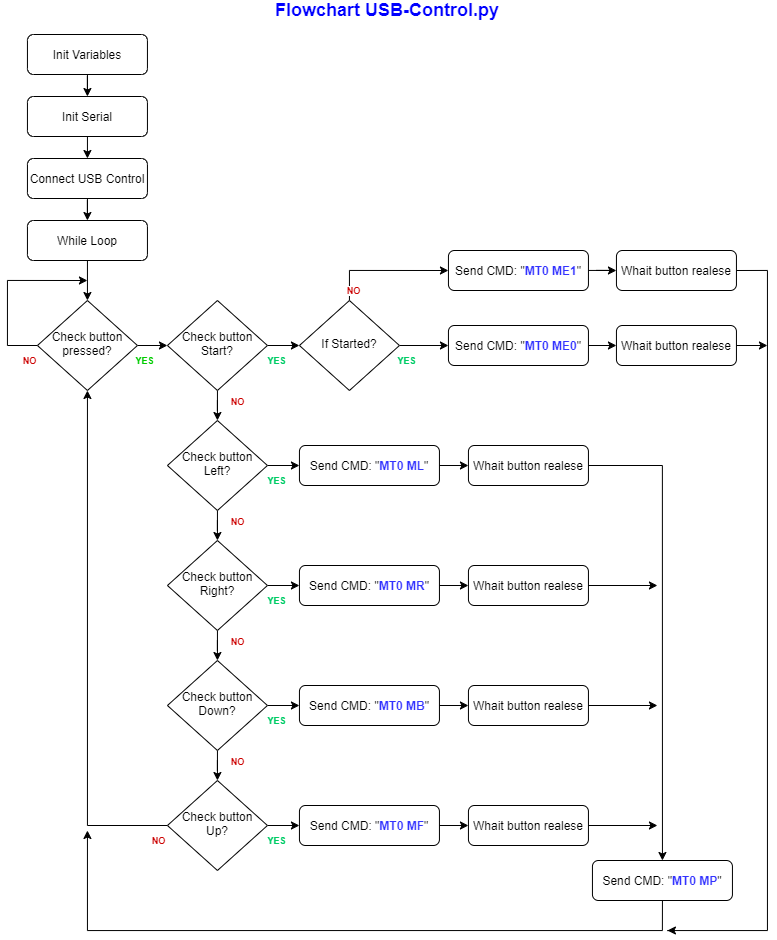
SolisTecnologia/RoboSolis-Control-USB keeps this draw.io diagram as png/Flowchart_USB_Control.png. Above is the earlier version. Source tidied: cells renumbered, new cells last; positions are measured from the earlier drawing's top-left corner, leaving out a move shared by most shapes. Source of this version:
```xml
<mxGraphModel background="#ffffff">
  <root>
    <mxCell id="0" />
    <mxCell id="1" parent="0" />
    <mxCell id="2" style="edgeStyle=orthogonalEdgeStyle;rounded=0;jettySize=auto;html=1;exitX=0.5;exitY=1;exitDx=0;exitDy=0;entryX=0.5;entryY=0;entryDx=0;entryDy=0;" parent="1" edge="1" source="3" target="5">
      <mxGeometry relative="1" as="geometry" />
    </mxCell>
    <mxCell id="3" value="Init Serial" style="rounded=1;whiteSpace=wrap;html=1;fontSize=12;glass=0;strokeWidth=1;shadow=0;" parent="1" vertex="1">
      <mxGeometry x="19.9" y="96" width="120" height="40" as="geometry" />
    </mxCell>
    <mxCell id="4" style="edgeStyle=orthogonalEdgeStyle;rounded=0;jettySize=auto;html=1;" parent="1" edge="1" source="5" target="7">
      <mxGeometry relative="1" as="geometry" />
    </mxCell>
    <mxCell id="5" value="Connect USB Control" style="rounded=1;whiteSpace=wrap;html=1;fontSize=12;glass=0;strokeWidth=1;shadow=0;" parent="1" vertex="1">
      <mxGeometry x="19.9" y="158" width="120" height="40" as="geometry" />
    </mxCell>
    <mxCell id="6" style="edgeStyle=orthogonalEdgeStyle;rounded=0;jettySize=auto;html=1;entryX=0.5;entryY=0;entryDx=0;entryDy=0;" parent="1" edge="1" source="7" target="10">
      <mxGeometry relative="1" as="geometry" />
    </mxCell>
    <mxCell id="7" value="While Loop" style="rounded=1;whiteSpace=wrap;html=1;fontSize=12;glass=0;strokeWidth=1;shadow=0;" parent="1" vertex="1">
      <mxGeometry x="19.9" y="220" width="120" height="40" as="geometry" />
    </mxCell>
    <mxCell id="8" value="NO" style="edgeStyle=orthogonalEdgeStyle;rounded=0;jettySize=auto;html=1;fontSize=9;fontStyle=1;fontColor=#CC0000;" parent="1" edge="1" source="10">
      <mxGeometry x="-0.91" y="15" relative="1" as="geometry">
        <mxPoint x="79.9" y="280" as="targetPoint" />
        <Array as="points">
          <mxPoint x="-0.1" y="345" />
          <mxPoint x="-0.1" y="280" />
        </Array>
      </mxGeometry>
    </mxCell>
    <mxCell id="9" value="YES" style="edgeStyle=orthogonalEdgeStyle;rounded=0;jettySize=auto;html=1;entryX=0;entryY=0.5;entryDx=0;entryDy=0;fontSize=9;fontStyle=1;fontColor=#00CC00;" parent="1" edge="1" source="10" target="13">
      <mxGeometry x="-0.71" y="-15" relative="1" as="geometry" />
    </mxCell>
    <mxCell id="10" value="Check button&lt;br&gt;pressed?" style="rhombus;whiteSpace=wrap;html=1;shadow=0;fontFamily=Helvetica;fontSize=12;align=center;strokeWidth=1;spacing=6;spacingTop=-4;" parent="1" vertex="1">
      <mxGeometry x="29.9" y="300" width="100" height="90" as="geometry" />
    </mxCell>
    <mxCell id="11" value="YES" style="edgeStyle=orthogonalEdgeStyle;rounded=0;jettySize=auto;html=1;entryX=0;entryY=0.5;entryDx=0;entryDy=0;fontColor=#00CC66;fontSize=9;fontStyle=1;" parent="1" edge="1" source="13" target="46">
      <mxGeometry x="-0.6" y="-15" relative="1" as="geometry" />
    </mxCell>
    <mxCell id="12" value="NO" style="edgeStyle=orthogonalEdgeStyle;rounded=0;jettySize=auto;html=1;entryX=0.5;entryY=0;entryDx=0;entryDy=0;fontColor=#CC0000;fontSize=9;fontStyle=1;" parent="1" edge="1" source="13" target="16">
      <mxGeometry x="0.2" y="20" relative="1" as="geometry" />
    </mxCell>
    <mxCell id="13" value="Check button&lt;br&gt;Start?" style="rhombus;whiteSpace=wrap;html=1;shadow=0;fontFamily=Helvetica;fontSize=12;align=center;strokeWidth=1;spacing=6;spacingTop=-4;" parent="1" vertex="1">
      <mxGeometry x="159.9" y="300" width="100" height="90" as="geometry" />
    </mxCell>
    <mxCell id="14" value="NO" style="edgeStyle=orthogonalEdgeStyle;rounded=0;jettySize=auto;html=1;entryX=0.5;entryY=0;entryDx=0;entryDy=0;fontColor=#CC0000;fontSize=9;fontStyle=1;" parent="1" edge="1" source="16" target="19">
      <mxGeometry x="0.2" y="20" relative="1" as="geometry" />
    </mxCell>
    <mxCell id="15" value="YES" style="edgeStyle=orthogonalEdgeStyle;rounded=0;jettySize=auto;html=1;entryX=0;entryY=0.5;entryDx=0;entryDy=0;fontColor=#00CC66;fontSize=9;fontStyle=1;" parent="1" edge="1" source="16" target="27">
      <mxGeometry x="-0.6" y="-15" relative="1" as="geometry" />
    </mxCell>
    <mxCell id="16" value="Check button&lt;br&gt;Left?" style="rhombus;whiteSpace=wrap;html=1;shadow=0;fontFamily=Helvetica;fontSize=12;align=center;strokeWidth=1;spacing=6;spacingTop=-4;" parent="1" vertex="1">
      <mxGeometry x="159.9" y="420" width="100" height="90" as="geometry" />
    </mxCell>
    <mxCell id="17" value="NO" style="edgeStyle=orthogonalEdgeStyle;rounded=0;jettySize=auto;html=1;entryX=0.5;entryY=0;entryDx=0;entryDy=0;fontColor=#CC0000;fontSize=9;fontStyle=1;" parent="1" edge="1" source="19" target="22">
      <mxGeometry x="0.2" y="20" relative="1" as="geometry" />
    </mxCell>
    <mxCell id="18" value="YES" style="edgeStyle=orthogonalEdgeStyle;rounded=0;jettySize=auto;html=1;entryX=0;entryY=0.5;entryDx=0;entryDy=0;fontColor=#00CC66;fontSize=9;fontStyle=1;" parent="1" edge="1" source="19" target="33">
      <mxGeometry x="-0.6" y="-15" relative="1" as="geometry" />
    </mxCell>
    <mxCell id="19" value="Check button&lt;br&gt;Right?" style="rhombus;whiteSpace=wrap;html=1;shadow=0;fontFamily=Helvetica;fontSize=12;align=center;strokeWidth=1;spacing=6;spacingTop=-4;" parent="1" vertex="1">
      <mxGeometry x="159.9" y="540" width="100" height="90" as="geometry" />
    </mxCell>
    <mxCell id="20" value="NO" style="edgeStyle=orthogonalEdgeStyle;rounded=0;jettySize=auto;html=1;entryX=0.5;entryY=0;entryDx=0;entryDy=0;fontColor=#CC0000;fontSize=9;fontStyle=1;" parent="1" edge="1" source="22" target="25">
      <mxGeometry x="0.2" y="20" relative="1" as="geometry" />
    </mxCell>
    <mxCell id="21" value="YES" style="edgeStyle=orthogonalEdgeStyle;rounded=0;jettySize=auto;html=1;entryX=0;entryY=0.5;entryDx=0;entryDy=0;fontColor=#00CC66;fontSize=9;fontStyle=1;" parent="1" edge="1" source="22" target="37">
      <mxGeometry x="-0.6" y="-15" relative="1" as="geometry" />
    </mxCell>
    <mxCell id="22" value="Check button&lt;br&gt;Down?" style="rhombus;whiteSpace=wrap;html=1;shadow=0;fontFamily=Helvetica;fontSize=12;align=center;strokeWidth=1;spacing=6;spacingTop=-4;" parent="1" vertex="1">
      <mxGeometry x="159.9" y="660" width="100" height="90" as="geometry" />
    </mxCell>
    <mxCell id="23" value="YES" style="edgeStyle=orthogonalEdgeStyle;rounded=0;jettySize=auto;html=1;entryX=0;entryY=0.5;entryDx=0;entryDy=0;fontColor=#00CC66;fontSize=9;fontStyle=1;" parent="1" edge="1" source="25" target="41">
      <mxGeometry x="-0.6" y="-15" relative="1" as="geometry" />
    </mxCell>
    <mxCell id="24" value="NO" style="edgeStyle=orthogonalEdgeStyle;rounded=0;jettySize=auto;html=1;entryX=0.5;entryY=1;entryDx=0;entryDy=0;fontColor=#CC0000;fontSize=9;fontStyle=1;" parent="1" edge="1" source="25" target="10">
      <mxGeometry x="-0.96" y="15" relative="1" as="geometry" />
    </mxCell>
    <mxCell id="25" value="Check button&lt;br&gt;Up?" style="rhombus;whiteSpace=wrap;html=1;shadow=0;fontFamily=Helvetica;fontSize=12;align=center;strokeWidth=1;spacing=6;spacingTop=-4;" parent="1" vertex="1">
      <mxGeometry x="159.9" y="780" width="100" height="90" as="geometry" />
    </mxCell>
    <mxCell id="26" style="edgeStyle=orthogonalEdgeStyle;rounded=0;jettySize=auto;html=1;entryX=0;entryY=0.5;entryDx=0;entryDy=0;fontSize=9;fontColor=#CC0000;" parent="1" edge="1" source="27" target="29">
      <mxGeometry relative="1" as="geometry" />
    </mxCell>
    <mxCell id="27" value="Send CMD:&amp;nbsp;&lt;span style=&quot;box-sizing: border-box&quot;&gt;&lt;span style=&quot;box-sizing: border-box&quot;&gt;&quot;&lt;font color=&quot;#3333ff&quot;&gt;&lt;b&gt;MT0 ML&lt;/b&gt;&lt;/font&gt;&quot;&lt;/span&gt;&lt;/span&gt;" style="rounded=1;whiteSpace=wrap;html=1;fontSize=12;glass=0;strokeWidth=1;shadow=0;" parent="1" vertex="1">
      <mxGeometry x="291.9" y="445" width="140" height="40" as="geometry" />
    </mxCell>
    <mxCell id="28" style="edgeStyle=orthogonalEdgeStyle;rounded=0;jettySize=auto;html=1;fontSize=9;fontColor=#CC0000;entryX=0.5;entryY=0;entryDx=0;entryDy=0;" parent="1" edge="1" source="29" target="31">
      <mxGeometry relative="1" as="geometry" />
    </mxCell>
    <mxCell id="29" value="Whait button realese" style="rounded=1;whiteSpace=wrap;html=1;fontSize=12;glass=0;strokeWidth=1;shadow=0;" parent="1" vertex="1">
      <mxGeometry x="460.9" y="445" width="120" height="40" as="geometry" />
    </mxCell>
    <mxCell id="30" style="edgeStyle=orthogonalEdgeStyle;rounded=0;jettySize=auto;html=1;fontSize=9;fontColor=#CC0000;exitX=0.5;exitY=1;exitDx=0;exitDy=0;" parent="1" edge="1" source="31">
      <mxGeometry relative="1" as="geometry">
        <mxPoint x="79.9" y="830" as="targetPoint" />
        <Array as="points">
          <mxPoint x="654.9" y="930" />
          <mxPoint x="79.9" y="930" />
        </Array>
      </mxGeometry>
    </mxCell>
    <mxCell id="31" value="Send CMD:&amp;nbsp;&lt;span style=&quot;box-sizing: border-box&quot;&gt;&lt;span style=&quot;box-sizing: border-box&quot;&gt;&quot;&lt;font color=&quot;#3333ff&quot;&gt;&lt;b&gt;MT0 MP&lt;/b&gt;&lt;/font&gt;&quot;&lt;/span&gt;&lt;/span&gt;" style="rounded=1;whiteSpace=wrap;html=1;fontSize=12;glass=0;strokeWidth=1;shadow=0;" parent="1" vertex="1">
      <mxGeometry x="584.9" y="860" width="140" height="40" as="geometry" />
    </mxCell>
    <mxCell id="32" style="edgeStyle=orthogonalEdgeStyle;rounded=0;jettySize=auto;html=1;entryX=0;entryY=0.5;entryDx=0;entryDy=0;fontSize=9;fontColor=#CC0000;" parent="1" edge="1" source="33" target="35">
      <mxGeometry relative="1" as="geometry" />
    </mxCell>
    <mxCell id="33" value="Send CMD:&amp;nbsp;&lt;span style=&quot;box-sizing: border-box&quot;&gt;&lt;span style=&quot;box-sizing: border-box&quot;&gt;&quot;&lt;font color=&quot;#3333ff&quot;&gt;&lt;b&gt;MT0 MR&lt;/b&gt;&lt;/font&gt;&quot;&lt;/span&gt;&lt;/span&gt;" style="rounded=1;whiteSpace=wrap;html=1;fontSize=12;glass=0;strokeWidth=1;shadow=0;" parent="1" vertex="1">
      <mxGeometry x="291.9" y="565" width="140" height="40" as="geometry" />
    </mxCell>
    <mxCell id="34" style="edgeStyle=orthogonalEdgeStyle;rounded=0;jettySize=auto;html=1;fontSize=9;fontColor=#CC0000;" parent="1" edge="1" source="35">
      <mxGeometry relative="1" as="geometry">
        <mxPoint x="649.9" y="585" as="targetPoint" />
      </mxGeometry>
    </mxCell>
    <mxCell id="35" value="Whait button realese" style="rounded=1;whiteSpace=wrap;html=1;fontSize=12;glass=0;strokeWidth=1;shadow=0;" parent="1" vertex="1">
      <mxGeometry x="460.9" y="565" width="120" height="40" as="geometry" />
    </mxCell>
    <mxCell id="36" style="edgeStyle=orthogonalEdgeStyle;rounded=0;jettySize=auto;html=1;entryX=0;entryY=0.5;entryDx=0;entryDy=0;fontSize=9;fontColor=#CC0000;" parent="1" edge="1" source="37" target="39">
      <mxGeometry relative="1" as="geometry" />
    </mxCell>
    <mxCell id="37" value="Send CMD:&amp;nbsp;&lt;span style=&quot;box-sizing: border-box&quot;&gt;&lt;span style=&quot;box-sizing: border-box&quot;&gt;&quot;&lt;font color=&quot;#3333ff&quot;&gt;&lt;b&gt;MT0 MB&lt;/b&gt;&lt;/font&gt;&quot;&lt;/span&gt;&lt;/span&gt;" style="rounded=1;whiteSpace=wrap;html=1;fontSize=12;glass=0;strokeWidth=1;shadow=0;" parent="1" vertex="1">
      <mxGeometry x="291.9" y="685" width="140" height="40" as="geometry" />
    </mxCell>
    <mxCell id="38" style="edgeStyle=orthogonalEdgeStyle;rounded=0;jettySize=auto;html=1;fontSize=9;fontColor=#CC0000;" parent="1" edge="1" source="39">
      <mxGeometry relative="1" as="geometry">
        <mxPoint x="649.9" y="705" as="targetPoint" />
      </mxGeometry>
    </mxCell>
    <mxCell id="39" value="Whait button realese" style="rounded=1;whiteSpace=wrap;html=1;fontSize=12;glass=0;strokeWidth=1;shadow=0;" parent="1" vertex="1">
      <mxGeometry x="460.9" y="685" width="120" height="40" as="geometry" />
    </mxCell>
    <mxCell id="40" style="edgeStyle=orthogonalEdgeStyle;rounded=0;jettySize=auto;html=1;entryX=0;entryY=0.5;entryDx=0;entryDy=0;fontSize=9;fontColor=#CC0000;" parent="1" edge="1" source="41" target="43">
      <mxGeometry relative="1" as="geometry" />
    </mxCell>
    <mxCell id="41" value="Send CMD:&amp;nbsp;&lt;span style=&quot;box-sizing: border-box&quot;&gt;&lt;span style=&quot;box-sizing: border-box&quot;&gt;&quot;&lt;font color=&quot;#3333ff&quot;&gt;&lt;b&gt;MT0 MF&lt;/b&gt;&lt;/font&gt;&quot;&lt;/span&gt;&lt;/span&gt;" style="rounded=1;whiteSpace=wrap;html=1;fontSize=12;glass=0;strokeWidth=1;shadow=0;" parent="1" vertex="1">
      <mxGeometry x="291.9" y="805" width="140" height="40" as="geometry" />
    </mxCell>
    <mxCell id="42" style="edgeStyle=orthogonalEdgeStyle;rounded=0;jettySize=auto;html=1;fontSize=9;fontColor=#CC0000;" parent="1" edge="1" source="43">
      <mxGeometry relative="1" as="geometry">
        <mxPoint x="649.9" y="825" as="targetPoint" />
      </mxGeometry>
    </mxCell>
    <mxCell id="43" value="Whait button realese" style="rounded=1;whiteSpace=wrap;html=1;fontSize=12;glass=0;strokeWidth=1;shadow=0;" parent="1" vertex="1">
      <mxGeometry x="460.9" y="805" width="120" height="40" as="geometry" />
    </mxCell>
    <mxCell id="44" value="YES" style="edgeStyle=orthogonalEdgeStyle;rounded=0;jettySize=auto;html=1;entryX=0;entryY=0.5;entryDx=0;entryDy=0;fontSize=9;fontColor=#00CC66;fontStyle=1;" parent="1" edge="1" source="46" target="50">
      <mxGeometry x="-0.71" y="-15" relative="1" as="geometry" />
    </mxCell>
    <mxCell id="45" value="NO" style="edgeStyle=orthogonalEdgeStyle;rounded=0;jettySize=auto;html=1;fontSize=9;entryX=0;entryY=0.5;entryDx=0;entryDy=0;fontColor=#CC0000;fontStyle=1;" parent="1" edge="1" source="46" target="48">
      <mxGeometry x="-0.47" y="-20" relative="1" as="geometry">
        <Array as="points">
          <mxPoint x="341.9" y="270" />
        </Array>
      </mxGeometry>
    </mxCell>
    <mxCell id="46" value="If Started?" style="rhombus;whiteSpace=wrap;html=1;shadow=0;fontFamily=Helvetica;fontSize=12;align=center;strokeWidth=1;spacing=6;spacingTop=-4;" parent="1" vertex="1">
      <mxGeometry x="291.9" y="300" width="100" height="90" as="geometry" />
    </mxCell>
    <mxCell id="47" style="edgeStyle=orthogonalEdgeStyle;rounded=0;jettySize=auto;html=1;entryX=0;entryY=0.5;entryDx=0;entryDy=0;fontSize=9;fontColor=#CC0000;" parent="1" edge="1" source="48" target="52">
      <mxGeometry relative="1" as="geometry" />
    </mxCell>
    <mxCell id="48" value="Send CMD:&amp;nbsp;&lt;span style=&quot;box-sizing: border-box&quot;&gt;&lt;span style=&quot;box-sizing: border-box&quot;&gt;&quot;&lt;font color=&quot;#3333ff&quot;&gt;&lt;b&gt;MT0 ME1&lt;/b&gt;&lt;/font&gt;&quot;&lt;/span&gt;&lt;/span&gt;" style="rounded=1;whiteSpace=wrap;html=1;fontSize=12;glass=0;strokeWidth=1;shadow=0;" parent="1" vertex="1">
      <mxGeometry x="440.9" y="250" width="140" height="40" as="geometry" />
    </mxCell>
    <mxCell id="49" style="edgeStyle=orthogonalEdgeStyle;rounded=0;jettySize=auto;html=1;entryX=0;entryY=0.5;entryDx=0;entryDy=0;fontSize=9;fontColor=#CC0000;" parent="1" edge="1" source="50" target="54">
      <mxGeometry relative="1" as="geometry" />
    </mxCell>
    <mxCell id="50" value="Send CMD:&amp;nbsp;&lt;span style=&quot;box-sizing: border-box&quot;&gt;&lt;span style=&quot;box-sizing: border-box&quot;&gt;&quot;&lt;font color=&quot;#3333ff&quot;&gt;&lt;b&gt;MT0 ME0&lt;/b&gt;&lt;/font&gt;&quot;&lt;/span&gt;&lt;/span&gt;" style="rounded=1;whiteSpace=wrap;html=1;fontSize=12;glass=0;strokeWidth=1;shadow=0;" parent="1" vertex="1">
      <mxGeometry x="440.9" y="325" width="140" height="40" as="geometry" />
    </mxCell>
    <mxCell id="51" style="edgeStyle=orthogonalEdgeStyle;rounded=0;jettySize=auto;html=1;fontSize=9;fontColor=#CC0000;exitX=1;exitY=0.5;exitDx=0;exitDy=0;" parent="1" edge="1" source="52">
      <mxGeometry relative="1" as="geometry">
        <mxPoint x="659.9" y="930" as="targetPoint" />
        <Array as="points">
          <mxPoint x="759.9" y="270" />
          <mxPoint x="759.9" y="930" />
          <mxPoint x="659.9" y="930" />
        </Array>
      </mxGeometry>
    </mxCell>
    <mxCell id="52" value="Whait button realese" style="rounded=1;whiteSpace=wrap;html=1;fontSize=12;glass=0;strokeWidth=1;shadow=0;" parent="1" vertex="1">
      <mxGeometry x="608.9" y="250" width="120" height="40" as="geometry" />
    </mxCell>
    <mxCell id="53" style="edgeStyle=orthogonalEdgeStyle;rounded=0;jettySize=auto;html=1;fontSize=9;fontColor=#CC0000;exitX=1;exitY=0.5;exitDx=0;exitDy=0;" parent="1" edge="1" source="54">
      <mxGeometry relative="1" as="geometry">
        <mxPoint x="759.9" y="345" as="targetPoint" />
      </mxGeometry>
    </mxCell>
    <mxCell id="54" value="Whait button realese" style="rounded=1;whiteSpace=wrap;html=1;fontSize=12;glass=0;strokeWidth=1;shadow=0;" parent="1" vertex="1">
      <mxGeometry x="608.9" y="325" width="120" height="40" as="geometry" />
    </mxCell>
    <mxCell id="55" style="edgeStyle=orthogonalEdgeStyle;rounded=0;jettySize=auto;html=1;entryX=0.5;entryY=0;entryDx=0;entryDy=0;fontSize=9;fontColor=#CC0000;" parent="1" edge="1" source="56" target="3">
      <mxGeometry relative="1" as="geometry" />
    </mxCell>
    <mxCell id="56" value="Init Variables" style="rounded=1;whiteSpace=wrap;html=1;fontSize=12;glass=0;strokeWidth=1;shadow=0;" parent="1" vertex="1">
      <mxGeometry x="19.9" y="34" width="120" height="40" as="geometry" />
    </mxCell>
    <mxCell id="57" value="Flowchart USB-Control.py" style="text;html=1;strokeColor=none;fillColor=none;align=center;verticalAlign=middle;whiteSpace=wrap;rounded=0;fontSize=18;fontColor=#0000FF;fontStyle=1;" parent="1" vertex="1">
      <mxGeometry x="260" width="240" height="20" as="geometry" />
    </mxCell>
  </root>
</mxGraphModel>
```
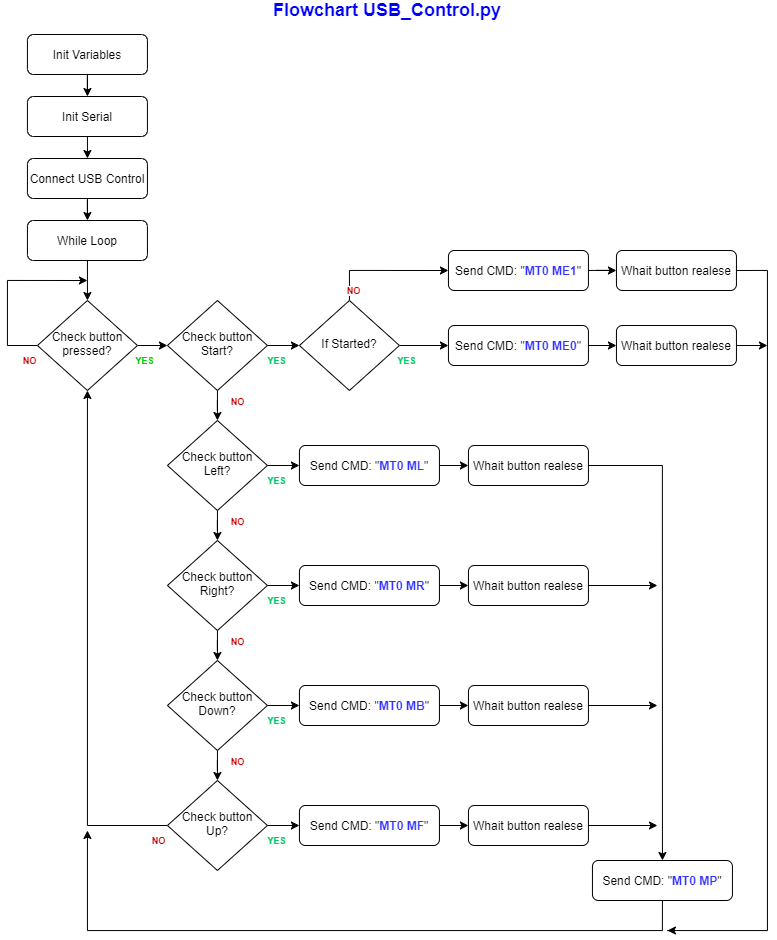
The same file after the commit.

Diff of the diagram source:
```diff
@@ -198,7 +198,7 @@
     <mxCell id="56" value="Init Variables" style="rounded=1;whiteSpace=wrap;html=1;fontSize=12;glass=0;strokeWidth=1;shadow=0;" parent="1" vertex="1">
       <mxGeometry x="19.9" y="34" width="120" height="40" as="geometry" />
     </mxCell>
-    <mxCell id="57" value="Flowchart USB-Control.py" style="text;html=1;strokeColor=none;fillColor=none;align=center;verticalAlign=middle;whiteSpace=wrap;rounded=0;fontSize=18;fontColor=#0000FF;fontStyle=1;" parent="1" vertex="1">
+    <mxCell id="57" value="Flowchart USB_Control.py" style="text;html=1;strokeColor=none;fillColor=none;align=center;verticalAlign=middle;whiteSpace=wrap;rounded=0;fontSize=18;fontColor=#0000FF;fontStyle=1;" parent="1" vertex="1">
       <mxGeometry x="260" width="240" height="20" as="geometry" />
     </mxCell>
   </root>
```
